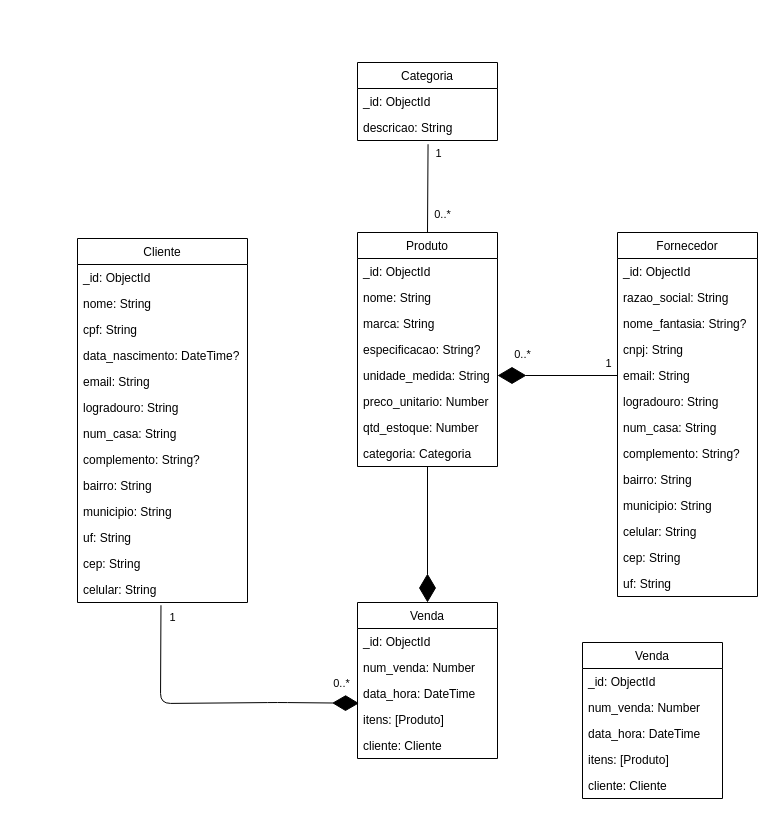
The draw.io diagram docs/NoAM.drawio in faustocintra/bn-not-2024-2, before the edit. Source tidied: cells renumbered, new cells numbered last; positions are measured from the earlier drawing's top-left corner, leaving out a move shared by most shapes. Both pictures are drawn from the tidied source at 100%, with x=0, y=0 at pixel (77, 62).
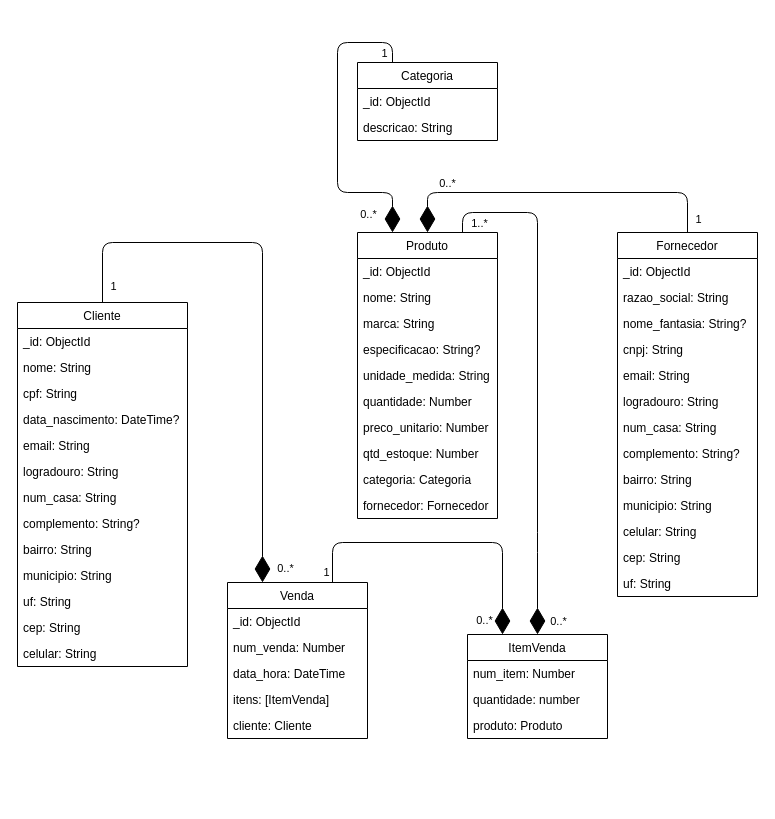
After the change.

The change refers to these unchanged cells:
```xml
<mxCell id="15" value="celular: String" style="text;strokeColor=none;fillColor=none;align=left;verticalAlign=top;spacingLeft=4;spacingRight=4;overflow=hidden;points=[[0,0.5],[1,0.5]];portConstraint=eastwest;" parent="2" vertex="1">
  <mxGeometry y="338" width="170" height="26" as="geometry" />
</mxCell>
<mxCell id="21" value="unidade_medida: String" style="text;strokeColor=none;fillColor=none;align=left;verticalAlign=top;spacingLeft=4;spacingRight=4;overflow=hidden;points=[[0,0.5],[1,0.5]];portConstraint=eastwest;" parent="16" vertex="1">
  <mxGeometry y="130" width="140" height="26" as="geometry" />
</mxCell>
<mxCell id="25" value="Categoria" style="swimlane;fontStyle=0;horizontal=1;startSize=26;fillColor=none;" parent="1" vertex="1">
  <mxGeometry x="280" width="140" height="78" as="geometry" />
</mxCell>
<mxCell id="27" value="descricao: String" style="text;strokeColor=none;fillColor=none;align=left;verticalAlign=top;spacingLeft=4;spacingRight=4;overflow=hidden;points=[[0,0.5],[1,0.5]];portConstraint=eastwest;" parent="25" vertex="1">
  <mxGeometry y="52" width="140" height="26" as="geometry" />
</mxCell>
<mxCell id="31" value="data_hora: DateTime" style="text;strokeColor=none;fillColor=none;align=left;verticalAlign=top;spacingLeft=4;spacingRight=4;overflow=hidden;points=[[0,0.5],[1,0.5]];portConstraint=eastwest;" parent="28" vertex="1">
  <mxGeometry y="78" width="140" height="26" as="geometry" />
</mxCell>
<mxCell id="34" value="Fornecedor" style="swimlane;fontStyle=0;horizontal=1;startSize=26;fillColor=none;" parent="1" vertex="1">
  <mxGeometry x="540" y="170" width="140" height="364" as="geometry" />
</mxCell>
<mxCell id="39" value="email: String" style="text;strokeColor=none;fillColor=none;align=left;verticalAlign=top;spacingLeft=4;spacingRight=4;overflow=hidden;points=[[0,0.5],[1,0.5]];portConstraint=eastwest;" parent="34" vertex="1">
  <mxGeometry y="130" width="140" height="26" as="geometry" />
</mxCell>
```

The edit, as a diff of the source:
```diff
@@
     <mxCell id="2" value="Cliente" style="swimlane;fontStyle=0;horizontal=1;startSize=26;fillColor=none;" parent="1" vertex="1">
-      <mxGeometry y="176" width="170" height="364" as="geometry" />
+      <mxGeometry x="-60" y="240" width="170" height="364" as="geometry" />
     </mxCell>
@@
     <mxCell id="16" value="Produto" style="swimlane;fontStyle=0;horizontal=1;startSize=26;fillColor=none;" parent="1" vertex="1">
-      <mxGeometry x="280" y="170" width="140" height="234" as="geometry" />
+      <mxGeometry x="280" y="170" width="140" height="286" as="geometry" />
     </mxCell>
@@
+    <mxCell id="58" value="quantidade: Number" style="text;strokeColor=none;fillColor=none;align=left;verticalAlign=top;spacingLeft=4;spacingRight=4;overflow=hidden;" parent="16" vertex="1">
+      <mxGeometry y="156" width="140" height="26" as="geometry" />
+    </mxCell>
     <mxCell id="22" value="preco_unitario: Number" style="text;strokeColor=none;fillColor=none;align=left;verticalAlign=top;spacingLeft=4;spacingRight=4;overflow=hidden;" parent="16" vertex="1">
-      <mxGeometry y="156" width="140" height="26" as="geometry" />
+      <mxGeometry y="182" width="140" height="26" as="geometry" />
     </mxCell>
     <mxCell id="23" value="qtd_estoque: Number" style="text;strokeColor=none;fillColor=none;align=left;verticalAlign=top;spacingLeft=4;spacingRight=4;overflow=hidden;" parent="16" vertex="1">
-      <mxGeometry y="182" width="140" height="26" as="geometry" />
+      <mxGeometry y="208" width="140" height="26" as="geometry" />
     </mxCell>
     <mxCell id="24" value="categoria: Categoria" style="text;strokeColor=none;fillColor=none;align=left;verticalAlign=top;spacingLeft=4;spacingRight=4;overflow=hidden;points=[[0,0.5],[1,0.5]];portConstraint=eastwest;" parent="16" vertex="1">
-      <mxGeometry y="208" width="140" height="26" as="geometry" />
+      <mxGeometry y="234" width="140" height="26" as="geometry" />
     </mxCell>
+    <mxCell id="57" value="fornecedor: Fornecedor" style="text;strokeColor=none;fillColor=none;align=left;verticalAlign=top;spacingLeft=4;spacingRight=4;overflow=hidden;" parent="16" vertex="1">
+      <mxGeometry y="260" width="140" height="26" as="geometry" />
+    </mxCell>
@@
     <mxCell id="28" value="Venda" style="swimlane;fontStyle=0;horizontal=1;startSize=26;fillColor=none;" parent="1" vertex="1">
-      <mxGeometry x="280" y="540" width="140" height="156" as="geometry" />
+      <mxGeometry x="150" y="520" width="140" height="156" as="geometry" />
     </mxCell>
@@
-    <mxCell id="32" value="itens: [Produto]" style="text;strokeColor=none;fillColor=none;align=left;verticalAlign=top;spacingLeft=4;spacingRight=4;overflow=hidden;" parent="28" vertex="1">
+    <mxCell id="32" value="itens: [ItemVenda]" style="text;strokeColor=none;fillColor=none;align=left;verticalAlign=top;spacingLeft=4;spacingRight=4;overflow=hidden;" parent="28" vertex="1">
       <mxGeometry y="104" width="140" height="26" as="geometry" />
     </mxCell>
@@
-    <mxCell id="48" style="endArrow=diamondThin;endFill=1;endSize=24;html=1;entryX=0.011;entryY=0.875;entryDx=0;entryDy=0;entryPerimeter=0;exitX=0.491;exitY=1.106;exitDx=0;exitDy=0;exitPerimeter=0;" parent="1" edge="1" source="15" target="31">
+    <mxCell id="48" style="endArrow=diamondThin;endFill=1;endSize=24;html=1;exitX=0.5;exitY=0;exitDx=0;exitDy=0;entryX=0.25;entryY=0;entryDx=0;entryDy=0;" parent="1" edge="1" source="2" target="28">
       <mxGeometry relative="1" as="geometry">
         <Array as="points">
-          <mxPoint x="83" y="641" />
-          <mxPoint x="200" y="640" />
+          <mxPoint x="25" y="180" />
+          <mxPoint x="185" y="180" />
         </Array>
       </mxGeometry>
     </mxCell>
     <mxCell id="49" value="1" style="edgeLabel;html=1;align=center;verticalAlign=middle;" parent="48" vertex="1">
       <mxGeometry x="-0.94" y="1" relative="1" as="geometry">
-        <mxPoint x="10" y="3" as="offset" />
+        <mxPoint x="11" as="offset" />
       </mxGeometry>
     </mxCell>
     <mxCell id="50" value="0..*" style="edgeLabel;html=1;align=center;verticalAlign=middle;" parent="48" vertex="1">
       <mxGeometry x="0.79" y="-1" relative="1" as="geometry">
-        <mxPoint x="13" y="-21" as="offset" />
+        <mxPoint x="23" y="44" as="offset" />
       </mxGeometry>
     </mxCell>
+    <mxCell id="64" style="endArrow=diamondThin;endFill=1;endSize=24;html=1;exitX=0.75;exitY=0;exitDx=0;exitDy=0;entryX=0.5;entryY=0;entryDx=0;entryDy=0;" parent="1" edge="1" source="16" target="73">
+      <mxGeometry relative="1" as="geometry">
+        <Array as="points">
+          <mxPoint x="385" y="150" />
+          <mxPoint x="460" y="150" />
+          <mxPoint x="460" y="480" />
+        </Array>
+      </mxGeometry>
+    </mxCell>
+    <mxCell id="65" value="1..*" style="edgeLabel;html=1;align=center;verticalAlign=middle;" parent="64" vertex="1">
+      <mxGeometry x="-0.88" relative="1" as="geometry">
+        <mxPoint x="5" y="10" as="offset" />
+      </mxGeometry>
+    </mxCell>
+    <mxCell id="66" value="0..*" style="edgeLabel;html=1;align=center;verticalAlign=middle;" parent="64" vertex="1">
+      <mxGeometry x="0.86" y="-2" relative="1" as="geometry">
+        <mxPoint x="22" y="22" as="offset" />
+      </mxGeometry>
+    </mxCell>
+    <mxCell id="67" style="endArrow=diamondThin;endFill=1;endSize=24;html=1;entryX=0.25;entryY=0;entryDx=0;entryDy=0;exitX=0.25;exitY=0;exitDx=0;exitDy=0;" parent="1" edge="1" source="25" target="16">
+      <mxGeometry relative="1" as="geometry">
+        <Array as="points">
+          <mxPoint x="315" y="-20" />
+          <mxPoint x="260" y="-20" />
+          <mxPoint x="260" y="130" />
+          <mxPoint x="315" y="130" />
+        </Array>
+      </mxGeometry>
+    </mxCell>
+    <mxCell id="68" value="0..*" style="edgeLabel;html=1;align=center;verticalAlign=middle;" parent="67" vertex="1">
+      <mxGeometry x="0.81" relative="1" as="geometry">
+        <mxPoint x="-25" y="11" as="offset" />
+      </mxGeometry>
+    </mxCell>
+    <mxCell id="69" value="1" style="edgeLabel;html=1;align=center;verticalAlign=middle;" parent="67" vertex="1">
+      <mxGeometry x="-0.82" relative="1" as="geometry">
+        <mxPoint y="10" as="offset" />
+      </mxGeometry>
+    </mxCell>
+    <mxCell id="70" style="endArrow=diamondThin;endFill=1;endSize=24;html=1;entryX=0.5;entryY=0;entryDx=0;entryDy=0;exitX=0.5;exitY=0;exitDx=0;exitDy=0;" parent="1" edge="1" source="34" target="16">
+      <mxGeometry relative="1" as="geometry">
+        <Array as="points">
+          <mxPoint x="610" y="130" />
+          <mxPoint x="350" y="130" />
+        </Array>
+      </mxGeometry>
+    </mxCell>
+    <mxCell id="71" value="0..*" style="edgeLabel;html=1;align=center;verticalAlign=middle;" parent="70" vertex="1">
+      <mxGeometry x="0.65" y="-1" relative="1" as="geometry">
+        <mxPoint y="-9" as="offset" />
+      </mxGeometry>
+    </mxCell>
+    <mxCell id="72" value="1" style="edgeLabel;html=1;align=center;verticalAlign=middle;" parent="70" vertex="1">
+      <mxGeometry x="-0.92" y="1" relative="1" as="geometry">
+        <mxPoint x="11" as="offset" />
+      </mxGeometry>
+    </mxCell>
+    <mxCell id="73" value="ItemVenda" style="swimlane;fontStyle=0;horizontal=1;startSize=26;fillColor=none;" parent="1" vertex="1">
+      <mxGeometry x="390" y="572" width="140" height="104" as="geometry" />
+    </mxCell>
+    <mxCell id="74" value="num_item: Number" style="text;strokeColor=none;fillColor=none;align=left;verticalAlign=top;spacingLeft=4;spacingRight=4;overflow=hidden;" parent="73" vertex="1">
+      <mxGeometry y="26" width="140" height="26" as="geometry" />
+    </mxCell>
-    <mxCell id="51" style="endArrow=none;html=1;exitX=0.5;exitY=0;exitDx=0;exitDy=0;startArrow=diamondThin;startFill=1;strokeWidth=1;endSize=6;startSize=26;" parent="1" edge="1" source="28" target="24">
-      <mxGeometry relative="1" as="geometry" />
+    <mxCell id="51" value="quantidade: number" style="text;strokeColor=none;fillColor=none;align=left;verticalAlign=top;spacingLeft=4;spacingRight=4;overflow=hidden;" parent="73" vertex="1">
+      <mxGeometry y="52" width="140" height="26" as="geometry" />
     </mxCell>
+    <mxCell id="75" value="produto: Produto" style="text;strokeColor=none;fillColor=none;align=left;verticalAlign=top;spacingLeft=4;spacingRight=4;overflow=hidden;" parent="73" vertex="1">
+      <mxGeometry y="78" width="140" height="26" as="geometry" />
+    </mxCell>
+    <mxCell id="76" style="endArrow=diamondThin;endFill=1;endSize=24;html=1;entryX=0.25;entryY=0;entryDx=0;entryDy=0;exitX=0.75;exitY=0;exitDx=0;exitDy=0;" parent="1" edge="1" source="28" target="73">
+      <mxGeometry relative="1" as="geometry">
+        <Array as="points">
+          <mxPoint x="255" y="480" />
+          <mxPoint x="425" y="480" />
+        </Array>
+      </mxGeometry>
+    </mxCell>
+    <mxCell id="77" value="0..*" style="edgeLabel;html=1;align=center;verticalAlign=middle;" parent="76" vertex="1">
+      <mxGeometry x="0.77" y="-1" relative="1" as="geometry">
+        <mxPoint x="-18" y="20" as="offset" />
+      </mxGeometry>
+    </mxCell>
-    <mxCell id="52" style="endArrow=none;html=1;strokeWidth=1;startSize=26;endSize=6;entryX=0;entryY=0.5;entryDx=0;entryDy=0;exitX=1;exitY=0.5;exitDx=0;exitDy=0;startArrow=diamondThin;startFill=1;" parent="1" edge="1" source="21" target="39">
-      <mxGeometry relative="1" as="geometry" />
+    <mxCell id="52" value="1" style="edgeLabel;html=1;align=center;verticalAlign=middle;" parent="76" vertex="1">
+      <mxGeometry x="-0.93" y="2" relative="1" as="geometry">
+        <mxPoint x="-5" as="offset" />
+      </mxGeometry>
     </mxCell>
-    <mxCell id="53" value="0..*" style="edgeLabel;html=1;align=center;verticalAlign=middle;" parent="1" vertex="1">
-      <mxGeometry x="250" y="580" as="geometry">
-        <mxPoint x="194" y="-289" as="offset" />
-      </mxGeometry>
-    </mxCell>
-    <mxCell id="54" value="1" style="edgeLabel;html=1;align=center;verticalAlign=middle;" parent="1" vertex="1">
-      <mxGeometry x="360" y="90" as="geometry" />
-    </mxCell>
-    <mxCell id="55" style="endArrow=none;html=1;strokeWidth=1;startSize=26;endSize=6;exitX=0.5;exitY=0;exitDx=0;exitDy=0;entryX=0.504;entryY=1.144;entryDx=0;entryDy=0;entryPerimeter=0;" parent="1" edge="1" source="16" target="27">
-      <mxGeometry relative="1" as="geometry" />
-    </mxCell>
-    <mxCell id="56" value="0..*" style="edgeLabel;html=1;align=center;verticalAlign=middle;" parent="1" vertex="1">
-      <mxGeometry x="170" y="440" as="geometry">
-        <mxPoint x="194" y="-289" as="offset" />
-      </mxGeometry>
-    </mxCell>
-    <mxCell id="57" value="1" style="edgeLabel;html=1;align=center;verticalAlign=middle;" parent="1" vertex="1">
-      <mxGeometry x="530" y="300" as="geometry" />
-    </mxCell>
-    <mxCell id="58" value="Venda" style="swimlane;fontStyle=0;horizontal=1;startSize=26;fillColor=none;" parent="1" vertex="1">
-      <mxGeometry x="505" y="580" width="140" height="156" as="geometry" />
-    </mxCell>
-    <mxCell id="59" value="_id: ObjectId&#10;" style="text;strokeColor=none;fillColor=none;align=left;verticalAlign=top;spacingLeft=4;spacingRight=4;overflow=hidden;" parent="58" vertex="1">
-      <mxGeometry y="26" width="140" height="26" as="geometry" />
-    </mxCell>
-    <mxCell id="60" value="num_venda: Number" style="text;strokeColor=none;fillColor=none;align=left;verticalAlign=top;spacingLeft=4;spacingRight=4;overflow=hidden;" parent="58" vertex="1">
-      <mxGeometry y="52" width="140" height="26" as="geometry" />
-    </mxCell>
-    <mxCell id="61" value="data_hora: DateTime" style="text;strokeColor=none;fillColor=none;align=left;verticalAlign=top;spacingLeft=4;spacingRight=4;overflow=hidden;" parent="58" vertex="1">
-      <mxGeometry y="78" width="140" height="26" as="geometry" />
-    </mxCell>
-    <mxCell id="62" value="itens: [Produto]" style="text;strokeColor=none;fillColor=none;align=left;verticalAlign=top;spacingLeft=4;spacingRight=4;overflow=hidden;" parent="58" vertex="1">
-      <mxGeometry y="104" width="140" height="26" as="geometry" />
-    </mxCell>
-    <mxCell id="63" value="cliente: Cliente" style="text;strokeColor=none;fillColor=none;align=left;verticalAlign=top;spacingLeft=4;spacingRight=4;overflow=hidden;" parent="58" vertex="1">
-      <mxGeometry y="130" width="140" height="26" as="geometry" />
-    </mxCell>
```
